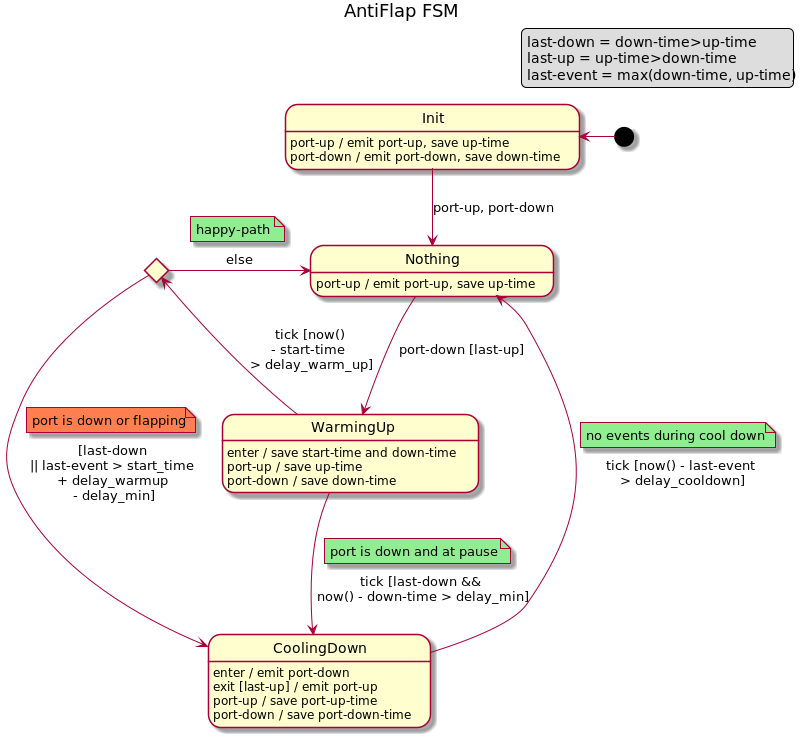
This is docs/design/network-discovery/AF-FSM.png from telstra/open-kilda, a PlantUML export, as it was before one commit.
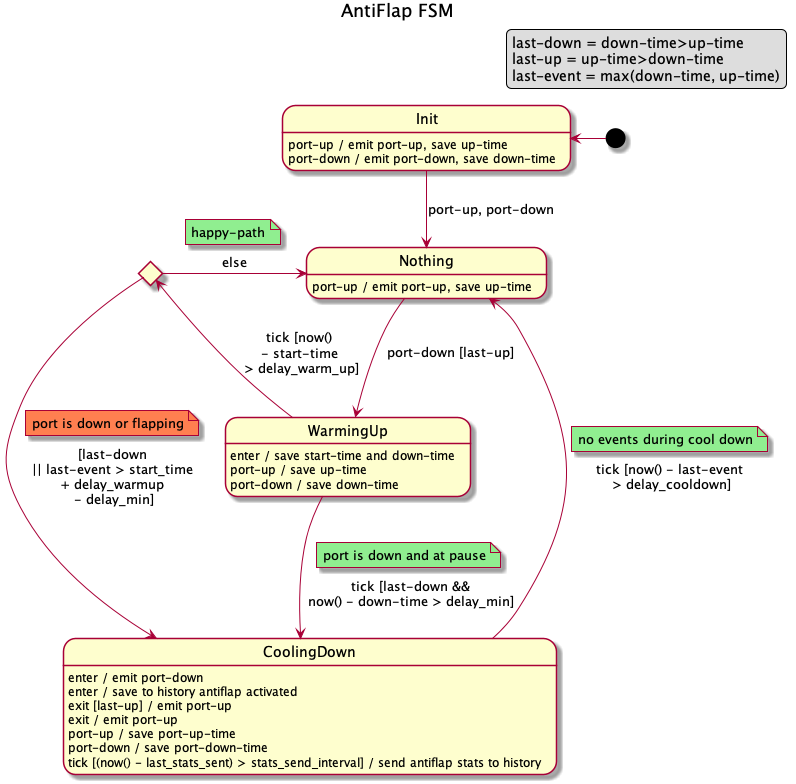
After the commit.

The edit, as a diff of the source:
```diff
@@ -30,9 +30,12 @@
 note top on link #lightgreen: happy-path
 
 CoolingDown: enter / emit port-down
+CoolingDown: enter / save to history antiflap activated
 CoolingDown: exit [last-up] / emit port-up
+CoolingDown: exit / emit port-up
 CoolingDown: port-up / save port-up-time
 CoolingDown: port-down / save port-down-time
+CoolingDown: tick [(now() - last_stats_sent) > stats_send_interval] / send antiflap stats to history
 CoolingDown -u-> Nothing : tick [now() - last-event \n> delay_cooldown]
 note top on link #lightgreen: no events during cool down
 @enduml
```
